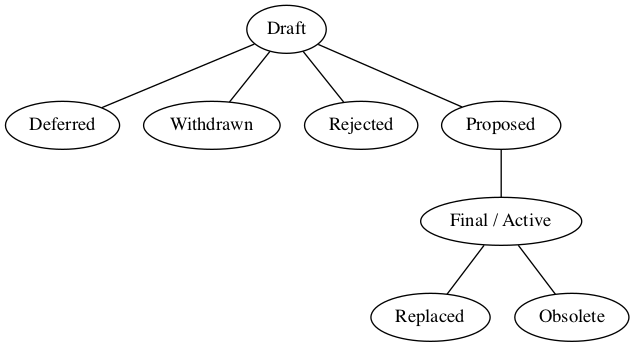
Above: bip-0002/process.png in bitcoin/bips (Graphviz), before the change. Its source is kept beside it as bip-0002/process.gv.
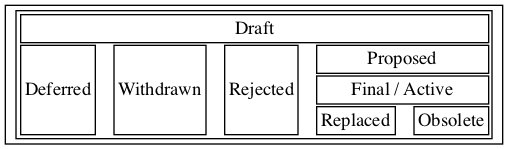
The same diagram one commit later.

Commit message:
Draw the rest of the chart

Diff of the diagram source:
```diff
@@ -1,20 +1,31 @@
+/* dot proccess.gv -Tpng -o process.png */
 graph {
   bgcolor = transparent;
 
-  Draft        [style = filled, fillcolor = white];
-  Deferred     [style = filled, fillcolor = white];
-  Withdrawn    [style = filled, fillcolor = white];
-  Rejected     [style = filled, fillcolor = white];
-  Proposed     [style = filled, fillcolor = white];
-  Final_Active [style = filled, fillcolor = white, label = "Final / Active"];
-  Replaced     [style = filled, fillcolor = white];
-  Obsolete     [style = filled, fillcolor = white];
-
-  Draft -- Deferred;
-  Draft -- Withdrawn;
-  Draft -- Rejected;
-  Draft -- Proposed;
-  Proposed -- Final_Active;
-  Final_Active -- Replaced;
-  Final_Active -- Obsolete;
+  Single [style = filled, fillcolor = white, shape = box,
+    label = <
+      <table>
+        <tr>
+          <td colspan="9">Draft</td>
+        </tr>
+        <tr>
+          <td rowspan="3">Deferred</td>
+          <td rowspan="3" style="invis">&nbsp;</td>
+          <td rowspan="3">Withdrawn</td>
+          <td rowspan="3" style="invis">&nbsp;</td>
+          <td rowspan="3">Rejected</td>
+          <td rowspan="3" style="invis">&nbsp;</td>
+          <td colspan="3">Proposed</td>
+        </tr>
+        <tr>
+          <td colspan="3">Final / Active</td>
+        </tr>
+        <tr>
+          <td>Replaced</td>
+          <td style="invis">&nbsp;</td>
+          <td>Obsolete</td>
+        </tr>
+      </table>
+    >
+  ];
 }
```
